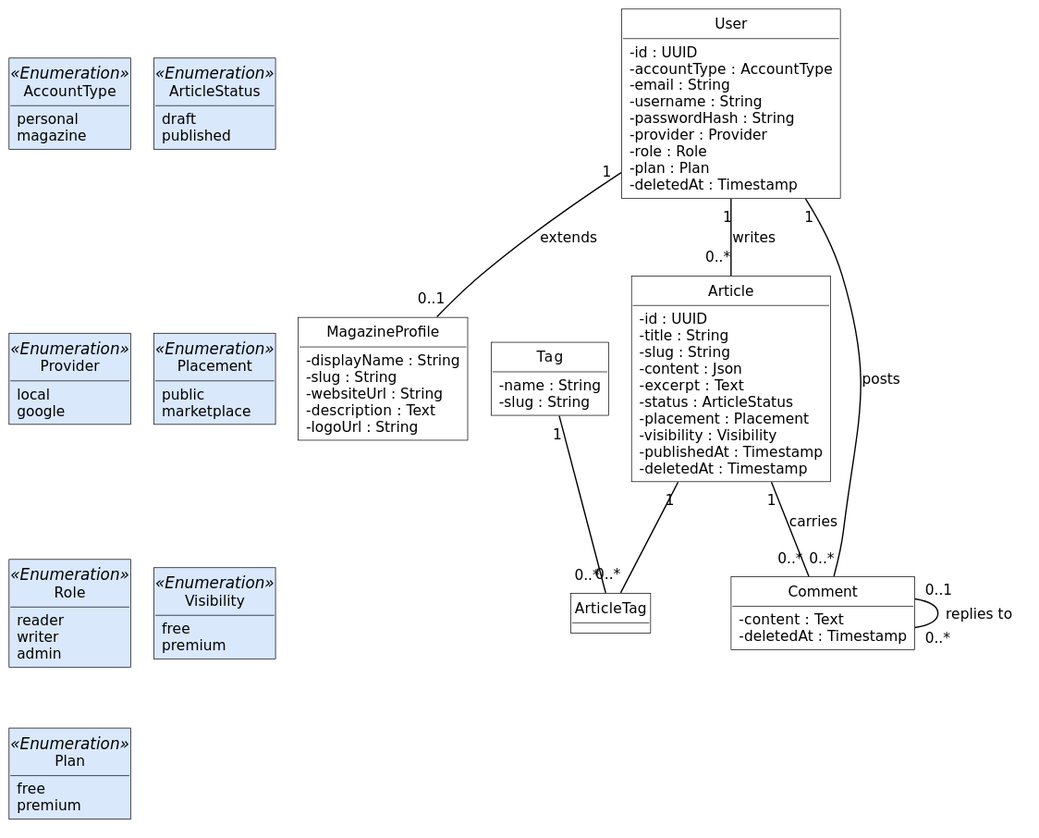
inkwell-dev/spec.inkwell.ai keeps this PlantUML diagram as diagrams/fig-4-2-classes-sprint-1/fig-4-2-classes-sprint-1.svg. Above is the earlier version. The source it was exported from:
```plantuml
@startuml
!include ../_style.puml
skinparam nodesep 18
skinparam ranksep 45
hide circle
hide methods

class User {
  - id : UUID
  - accountType : AccountType
  - email : String
  - username : String
  - passwordHash : String
  - provider : Provider
  - role : Role
  - plan : Plan
  - deletedAt : Timestamp
}
class MagazineProfile {
  - displayName : String
  - slug : String
  - websiteUrl : String
  - description : Text
  - logoUrl : String
}
class Article {
  - id : UUID
  - title : String
  - slug : String
  - content : Json
  - excerpt : Text
  - status : ArticleStatus
  - placement : Placement
  - visibility : Visibility
  - publishedAt : Timestamp
  - deletedAt : Timestamp
}
class Tag {
  - name : String
  - slug : String
}
class ArticleTag
class Comment {
  - content : Text
  - deletedAt : Timestamp
}

class AccountType <<Enumeration>> {
  personal
  magazine
}
class Provider <<Enumeration>> {
  local
  google
}
class Role <<Enumeration>> {
  reader
  writer
  admin
}
class Plan <<Enumeration>> {
  free
  premium
}
class ArticleStatus <<Enumeration>> {
  draft
  published
}
class Placement <<Enumeration>> {
  public
  marketplace
}
class Visibility <<Enumeration>> {
  free
  premium
}

User "1" -- "0..1" MagazineProfile : extends
User "1" -- "0..*" Article : writes
User "1" -- "0..*" Comment : posts
Article "1" -- "0..*" Comment : carries
Article "1" -- "0..*" ArticleTag
Tag "1" -- "0..*" ArticleTag
Comment "0..1" -- "0..*" Comment : replies to

AccountType -[hidden]down- Provider
Provider -[hidden]down- Role
Role -[hidden]down- Plan
ArticleStatus -[hidden]down- Placement
Placement -[hidden]down- Visibility
AccountType -[hidden]right- ArticleStatus
@enduml
```
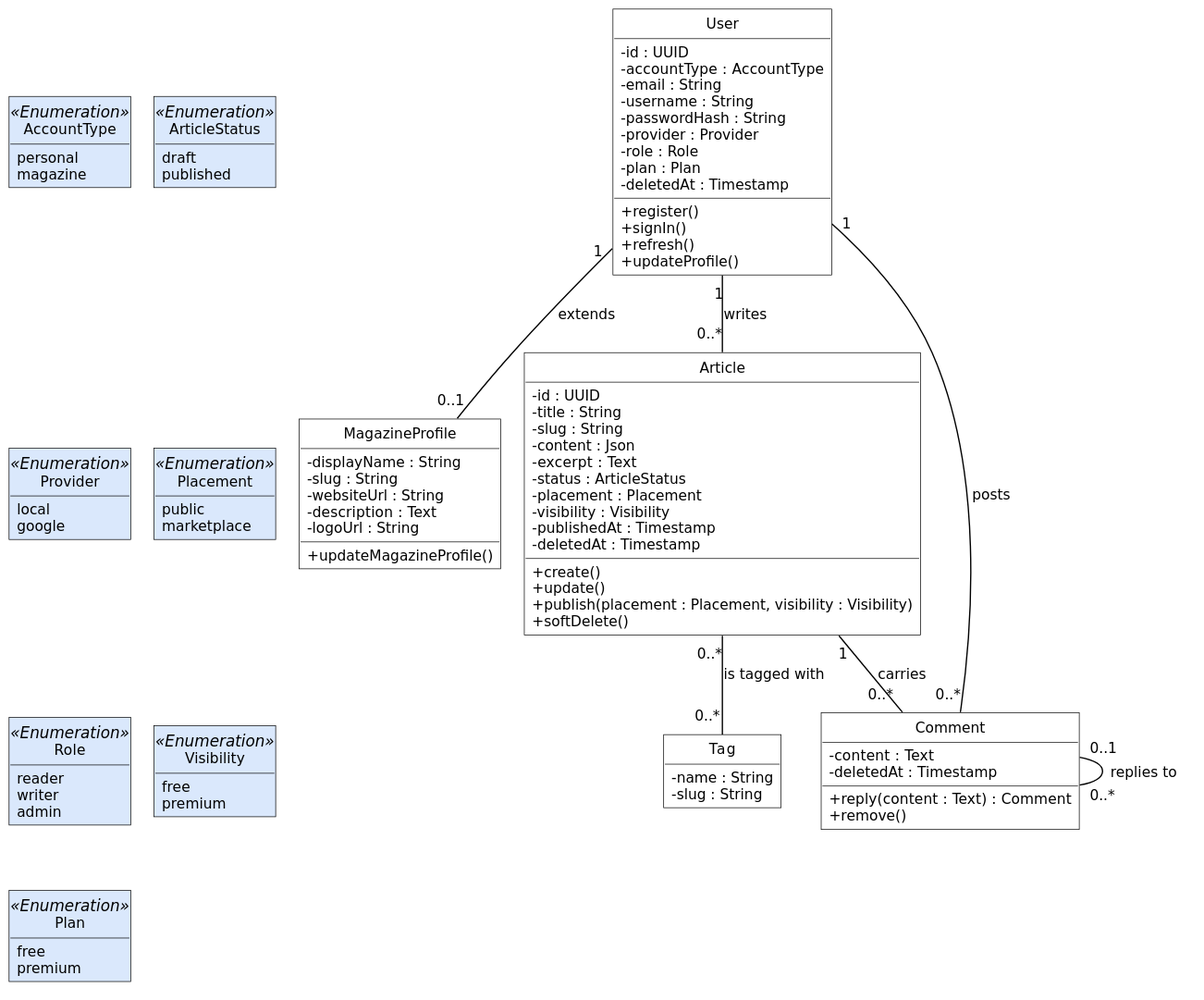
The same diagram one commit later.

The edit, as a diff of the source:
```diff
@@ -3,7 +3,7 @@
 skinparam nodesep 18
 skinparam ranksep 45
 hide circle
-hide methods
+hide empty methods
 
 class User {
   - id : UUID
@@ -15,6 +15,10 @@
   - role : Role
   - plan : Plan
   - deletedAt : Timestamp
+  + register()
+  + signIn()
+  + refresh()
+  + updateProfile()
 }
 class MagazineProfile {
   - displayName : String
@@ -22,6 +26,7 @@
   - websiteUrl : String
   - description : Text
   - logoUrl : String
+  + updateMagazineProfile()
 }
 class Article {
   - id : UUID
@@ -34,15 +39,20 @@
   - visibility : Visibility
   - publishedAt : Timestamp
   - deletedAt : Timestamp
+  + create()
+  + update()
+  + publish(placement : Placement, visibility : Visibility)
+  + softDelete()
 }
 class Tag {
   - name : String
   - slug : String
 }
-class ArticleTag
 class Comment {
   - content : Text
   - deletedAt : Timestamp
+  + reply(content : Text) : Comment
+  + remove()
 }
 
 class AccountType <<Enumeration>> {
@@ -79,8 +89,7 @@
 User "1" -- "0..*" Article : writes
 User "1" -- "0..*" Comment : posts
 Article "1" -- "0..*" Comment : carries
-Article "1" -- "0..*" ArticleTag
-Tag "1" -- "0..*" ArticleTag
+Article "0..*" -- "0..*" Tag : is tagged with
 Comment "0..1" -- "0..*" Comment : replies to
 
 AccountType -[hidden]down- Provider
```
